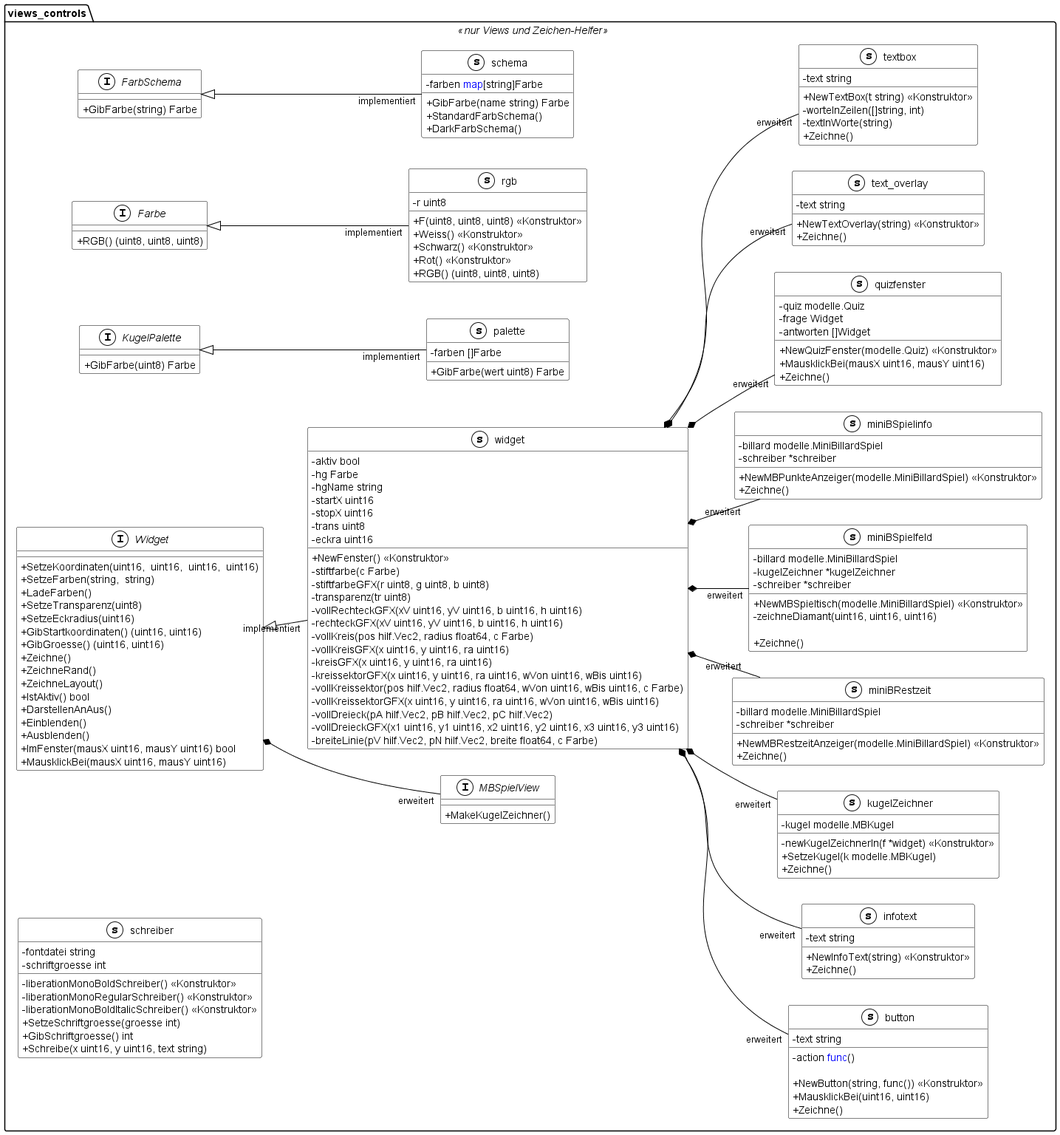
This is documentation/UML/views.png from Fussbroich/lwb-SWP, a PlantUML export, as it was before one commit.
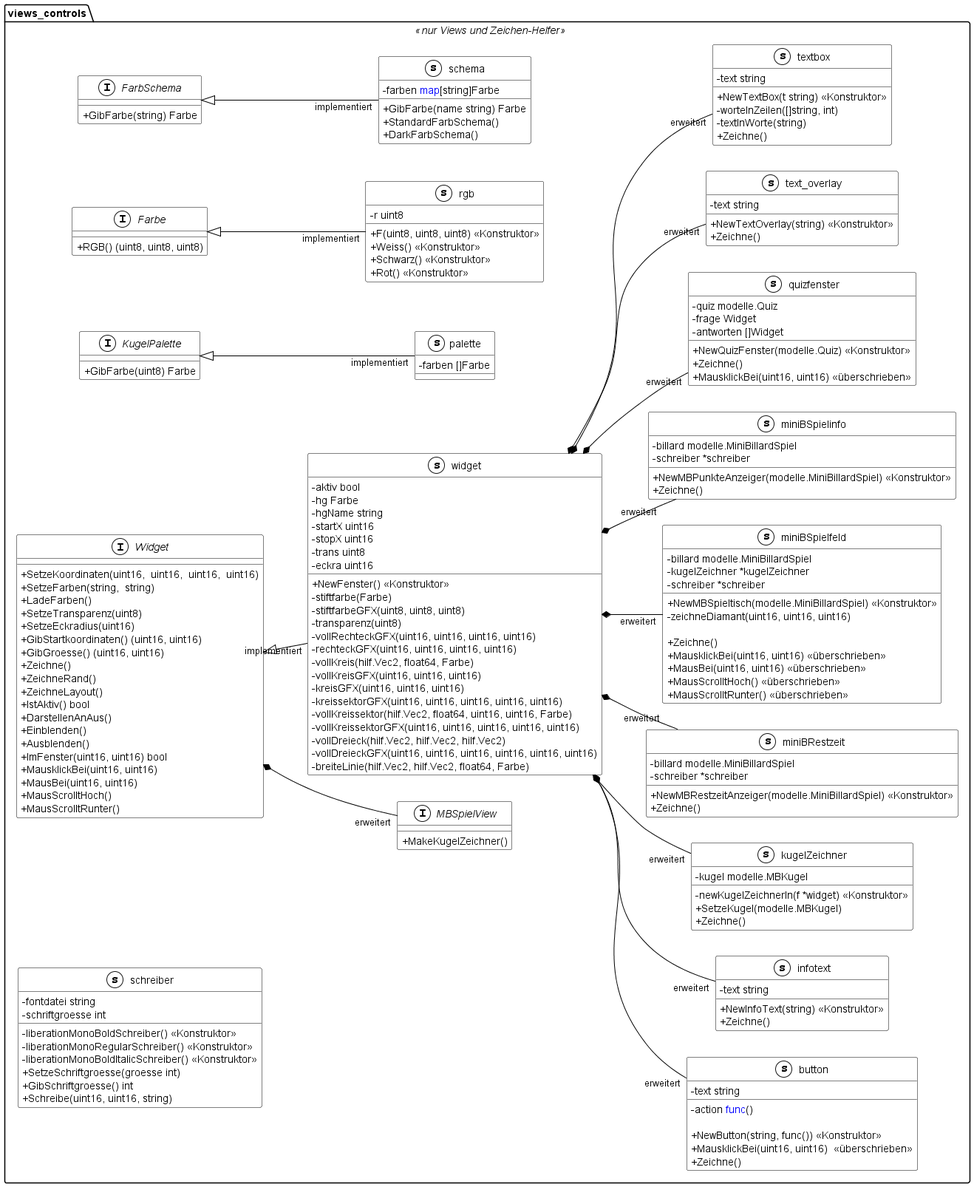
The same diagram one commit later.

Change to the diagram source:
```diff
@@ -34,15 +34,18 @@
         + DarstellenAnAus()
         + Einblenden()
         + Ausblenden()
-        + ImFenster(mausX uint16, mausY uint16) bool
-        + MausklickBei(mausX uint16, mausY uint16)
+        + ImFenster(uint16, uint16) bool
+        + MausklickBei(uint16, uint16)
+        + MausBei(uint16, uint16)
+	    + MausScrolltHoch()
+	    + MausScrolltRunter()
     }
     class button << (s,White) >> {
         - text string
         - action <font color=blue>func</font>()
 
         + NewButton(string, func()) << Konstruktor >>
-        + MausklickBei(uint16, uint16)
+        + MausklickBei(uint16, uint16)  << überschrieben >>
         + Zeichne()
     }
     class infotext << (s,White) >> {
@@ -55,7 +58,7 @@
         - kugel modelle.MBKugel
 
         - newKugelZeichnerIn(f *widget) << Konstruktor >>
-        + SetzeKugel(k modelle.MBKugel)
+        + SetzeKugel(modelle.MBKugel)
         + Zeichne()
     }
     class miniBRestzeit << (s,White) >> {
@@ -74,6 +77,10 @@
         - zeichneDiamant(uint16, uint16, uint16)
 
         + Zeichne()
+        + MausklickBei(uint16, uint16) << überschrieben >>
+        + MausBei(uint16, uint16) << überschrieben >>
+	    + MausScrolltHoch() << überschrieben >>
+	    + MausScrolltRunter() << überschrieben >>
     }
     class miniBSpielinfo << (s,White) >> {
         - billard modelle.MiniBillardSpiel
@@ -84,8 +91,6 @@
     }
     class palette << (s,White) >> {
         - farben []Farbe
-
-        + GibFarbe(wert uint8) Farbe
     }
     class quizfenster << (s,White) >> {
         - quiz modelle.Quiz
@@ -93,8 +98,8 @@
         - antworten []Widget
 
         + NewQuizFenster(modelle.Quiz) << Konstruktor >>
-        + MausklickBei(mausX uint16, mausY uint16)
         + Zeichne()
+        + MausklickBei(uint16, uint16) << überschrieben >>
     }
     class rgb << (s,White) >> {
         - r uint8
@@ -103,7 +108,6 @@
         + Weiss() << Konstruktor >>
         + Schwarz() << Konstruktor >>
         + Rot() << Konstruktor >>
-        + RGB() (uint8, uint8, uint8)
     }
     class schema << (s,White) >> {
         - farben <font color=blue>map</font>[string]Farbe
@@ -121,7 +125,7 @@
         - liberationMonoBoldItalicSchreiber() << Konstruktor >>
         + SetzeSchriftgroesse(groesse int)
         + GibSchriftgroesse() int
-        + Schreibe(x uint16, y uint16, text string)
+        + Schreibe(uint16, uint16, string)
     }
     class text_overlay << (s,White) >> {
         - text string
@@ -147,20 +151,20 @@
         - eckra uint16
 
         + NewFenster() << Konstruktor >>
-        - stiftfarbe(c Farbe)
-        - stiftfarbeGFX(r uint8, g uint8, b uint8)
-        - transparenz(tr uint8)
-        - vollRechteckGFX(xV uint16, yV uint16, b uint16, h uint16)
-        - rechteckGFX(xV uint16, yV uint16, b uint16, h uint16)
-        - vollKreis(pos hilf.Vec2, radius float64, c Farbe)
-        - vollKreisGFX(x uint16, y uint16, ra uint16)
-        - kreisGFX(x uint16, y uint16, ra uint16)
-        - kreissektorGFX(x uint16, y uint16, ra uint16, wVon uint16, wBis uint16)
-        - vollKreissektor(pos hilf.Vec2, radius float64, wVon uint16, wBis uint16, c Farbe)
-        - vollKreissektorGFX(x uint16, y uint16, ra uint16, wVon uint16, wBis uint16)
-        - vollDreieck(pA hilf.Vec2, pB hilf.Vec2, pC hilf.Vec2)
-        - vollDreieckGFX(x1 uint16, y1 uint16, x2 uint16, y2 uint16, x3 uint16, y3 uint16)
-        - breiteLinie(pV hilf.Vec2, pN hilf.Vec2, breite float64, c Farbe)
+        - stiftfarbe(Farbe)
+        - stiftfarbeGFX(uint8, uint8, uint8)
+        - transparenz(uint8)
+        - vollRechteckGFX(uint16, uint16, uint16, uint16)
+        - rechteckGFX(uint16, uint16, uint16, uint16)
+        - vollKreis(hilf.Vec2, float64, Farbe)
+        - vollKreisGFX(uint16, uint16, uint16)
+        - kreisGFX(uint16, uint16, uint16)
+        - kreissektorGFX(uint16, uint16, uint16, uint16, uint16)
+        - vollKreissektor(hilf.Vec2, float64, uint16, uint16, Farbe)
+        - vollKreissektorGFX(uint16, uint16, uint16, uint16, uint16)
+        - vollDreieck(hilf.Vec2, hilf.Vec2, hilf.Vec2)
+        - vollDreieckGFX(uint16, uint16, uint16, uint16, uint16, uint16)
+        - breiteLinie(hilf.Vec2, hilf.Vec2, float64, Farbe)
     }
 }
 "views_controls.Widget" *-- "erweitert""views_controls.MBSpielView"
```
